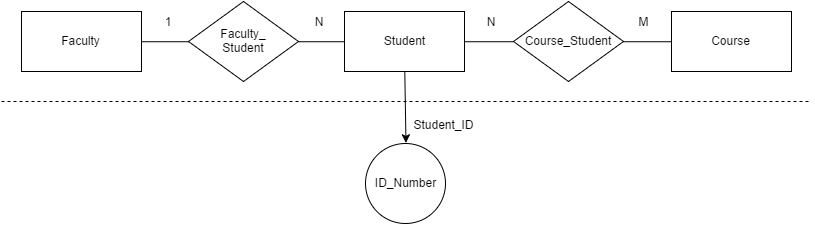
jackey1510/TopicsInCS keeps this draw.io diagram as diagram/er-4.png. Above is the earlier version. Source tidied: cells renumbered, new cells last; positions are measured from the earlier drawing's top-left corner, leaving out a move shared by most shapes.
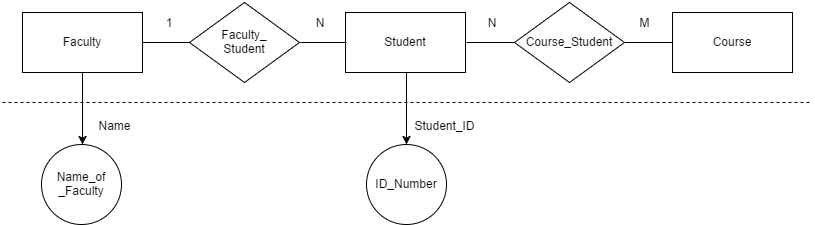
After the change.

Diff of the diagram source:
```diff
@@ -11,6 +11,9 @@
     <mxCell id="4" value="Faculty_&lt;div&gt;Student&lt;/div&gt;" style="rhombus;whiteSpace=wrap;html=1;" parent="1" vertex="1">
       <mxGeometry x="187" width="110" height="80" as="geometry" />
     </mxCell>
+    <mxCell id="19" style="edgeStyle=none;rounded=0;html=1;exitX=0.5;exitY=1;entryX=0.5;entryY=0;startArrow=none;startFill=0;endArrow=classic;endFill=1;jettySize=auto;strokeColor=#000000;" parent="1" edge="1" source="5" target="21">
+      <mxGeometry x="86.7" y="578" as="geometry" />
+    </mxCell>
     <mxCell id="5" value="Faculty" style="whiteSpace=wrap;html=1;" parent="1" vertex="1">
       <mxGeometry x="20" y="10" width="120" height="60" as="geometry" />
     </mxCell>
@@ -29,12 +32,12 @@
     <mxCell id="10" style="edgeStyle=none;rounded=0;html=1;exitX=1;exitY=0.5;entryX=0;entryY=0.5;startArrow=none;startFill=0;endArrow=none;endFill=0;jettySize=auto;strokeColor=#000000;" parent="1" edge="1" source="3" target="6">
       <mxGeometry x="630" y="547.3" as="geometry" />
     </mxCell>
-    <mxCell id="11" style="endArrow=none;html=1;strokeColor=#000000;endFill=0;dashed=1;" parent="1" edge="1">
-      <mxGeometry x="8" y="608" as="geometry">
-        <mxPoint y="100" as="sourcePoint" />
-        <mxPoint x="810" y="100" as="targetPoint" />
-      </mxGeometry>
-    </mxCell>
+    <mxCell id="20" style="endArrow=none;html=1;strokeColor=#000000;endFill=0;dashed=1;" parent="1" edge="1">
+      <mxGeometry x="8" y="608" as="geometry">
+        <mxPoint y="100" as="sourcePoint" />
+        <mxPoint x="810" y="100" as="targetPoint" />
+      </mxGeometry>
+    </mxCell>
     <mxCell id="12" value="ID_Number" style="ellipse;whiteSpace=wrap;html=1;" parent="1" vertex="1">
       <mxGeometry x="364" y="141.8" width="80" height="80" as="geometry" />
     </mxCell>
@@ -56,5 +59,11 @@
     <mxCell id="18" value="M" style="text;html=1;strokeColor=none;fillColor=none;align=center;verticalAlign=middle;whiteSpace=wrap;" parent="1" vertex="1">
       <mxGeometry x="622" y="10" width="40" height="20" as="geometry" />
     </mxCell>
+    <mxCell id="21" value="Name_of&lt;div&gt;_&lt;span&gt;Faculty&lt;/span&gt;&lt;/div&gt;" style="ellipse;whiteSpace=wrap;html=1;" parent="1" vertex="1">
+      <mxGeometry x="39" y="142" width="80" height="80" as="geometry" />
+    </mxCell>
+    <mxCell id="22" value="Name" style="text;html=1;strokeColor=none;fillColor=none;align=center;verticalAlign=middle;whiteSpace=wrap;" parent="1" vertex="1">
+      <mxGeometry x="92" y="113" width="40" height="20" as="geometry" />
+    </mxCell>
   </root>
 </mxGraphModel>
```
